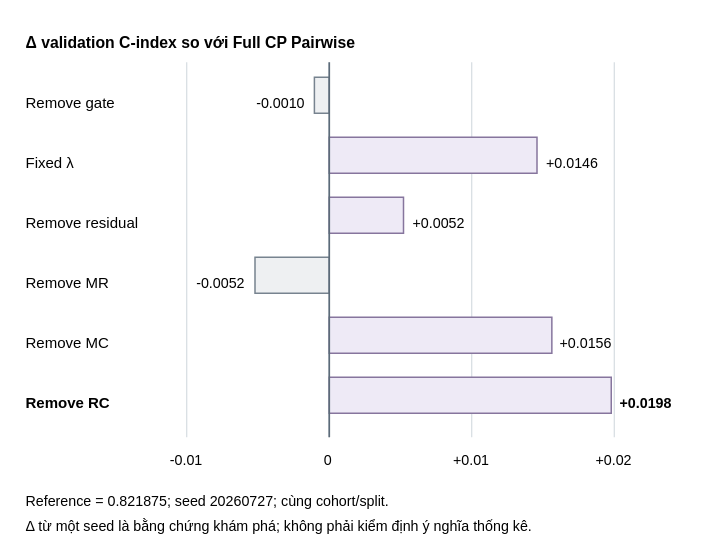
This is figures_source/ablation-deltas.drawio from moimoi05/kltn, a draw.io file, before an edit. Source tidied: cells renumbered, new cells numbered last; positions are measured from the earlier drawing's top-left corner, leaving out a move shared by most shapes. Both pictures are drawn from the tidied source at 150%, with x=0, y=0 at pixel (26, 26).
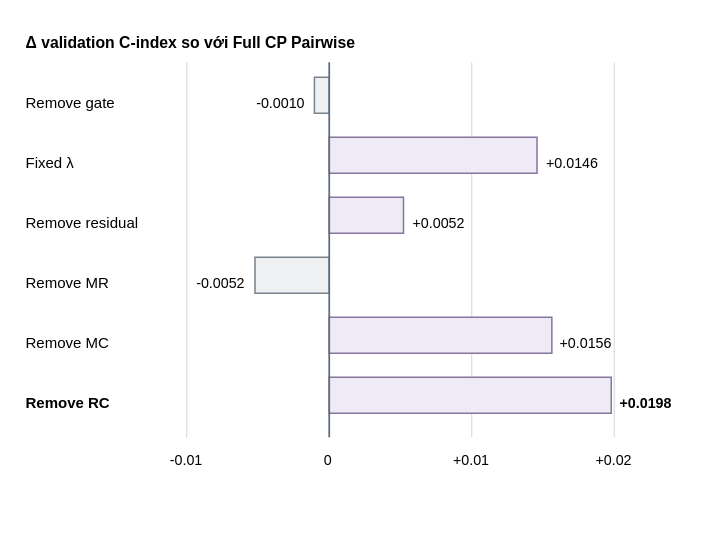
The same page after the edit.

The edit, as a diff of the source:
```diff
@@
-    <mxCell id="30" value="Reference = 0.821875; seed 20260727; cùng cohort/split." style="html=1;fontFamily=Arial;fontColor=#000000;whiteSpace=wrap;text;strokeColor=none;fillColor=none;fontSize=9.5;fontStyle=0;align=left;verticalAlign=top;spacing=0;" parent="1" vertex="1">
-      <mxGeometry y="306" width="244.2" height="11.8" as="geometry" />
-    </mxCell>
-    <mxCell id="31" value="Δ từ một seed là bằng chứng khám phá; không phải kiểm định ý nghĩa thống kê." style="html=1;fontFamily=Arial;fontColor=#000000;whiteSpace=wrap;text;strokeColor=none;fillColor=none;fontSize=9.5;fontStyle=0;align=left;verticalAlign=top;spacing=0;" parent="1" vertex="1">
-      <mxGeometry y="323" width="340.1" height="11.8" as="geometry" />
-    </mxCell>
```
